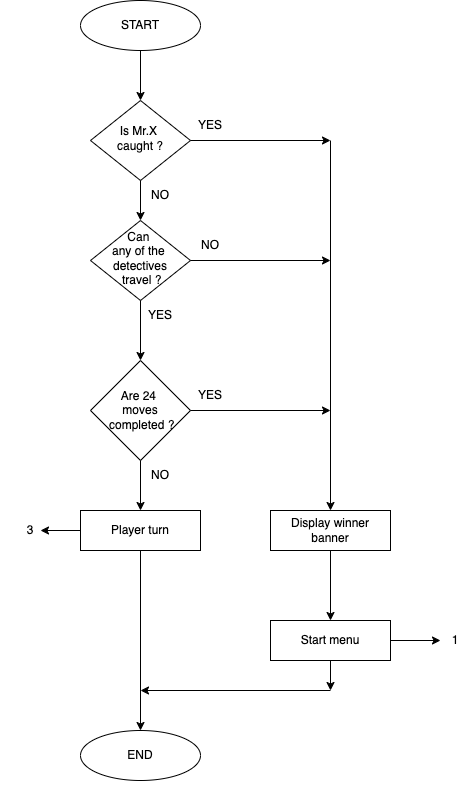
The draw.io diagram game-over.drawio.png in garimiddisuman/project, before a commit. Source tidied: cells renumbered, new cells last; positions are measured from the earlier drawing's top-left corner, leaving out a move shared by most shapes.
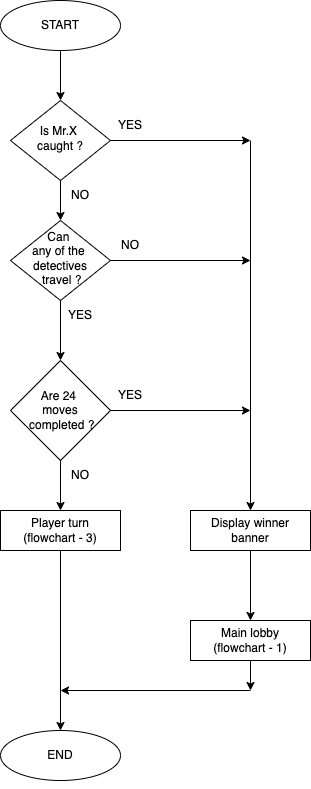
Above is the later version.

What changed in the source:
```diff
@@ -62,34 +62,17 @@
         <mxPoint x="140" y="510" as="targetPoint" />
       </mxGeometry>
     </mxCell>
-    <mxCell id="15" value="Player turn" style="rounded=0;whiteSpace=wrap;html=1;" parent="1" vertex="1">
+    <mxCell id="15" value="Player turn&lt;div&gt;(flowchart - 3)&lt;/div&gt;" style="rounded=0;whiteSpace=wrap;html=1;" parent="1" vertex="1">
       <mxGeometry x="80" y="510" width="120" height="40" as="geometry" />
     </mxCell>
-    <mxCell id="16" value="Start menu" style="rounded=0;whiteSpace=wrap;html=1;" parent="1" vertex="1">
+    <mxCell id="16" value="Main lobby&lt;div&gt;(flowchart - 1)&lt;/div&gt;" style="rounded=0;whiteSpace=wrap;html=1;" parent="1" vertex="1">
       <mxGeometry x="270" y="620" width="120" height="40" as="geometry" />
     </mxCell>
-    <mxCell id="17" style="endArrow=classic;html=1;rounded=0;" parent="1" edge="1">
-      <mxGeometry relative="1" as="geometry">
-        <mxPoint x="80" y="530" as="sourcePoint" />
-        <mxPoint x="40" y="530" as="targetPoint" />
-      </mxGeometry>
-    </mxCell>
-    <mxCell id="18" value="3" style="text;html=1;align=center;verticalAlign=middle;whiteSpace=wrap;rounded=0;" parent="1" vertex="1">
-      <mxGeometry y="515" width="60" height="30" as="geometry" />
-    </mxCell>
     <mxCell id="19" style="endArrow=classic;html=1;rounded=0;entryX=0.5;entryY=0;entryDx=0;entryDy=0;" parent="1" edge="1" target="16">
       <mxGeometry relative="1" as="geometry">
         <mxPoint x="330" y="550" as="sourcePoint" />
       </mxGeometry>
     </mxCell>
-    <mxCell id="20" style="endArrow=classic;html=1;rounded=0;" parent="1" edge="1" target="21">
-      <mxGeometry relative="1" as="geometry">
-        <mxPoint x="390" y="640" as="sourcePoint" />
-      </mxGeometry>
-    </mxCell>
-    <mxCell id="21" value="1" style="text;html=1;align=center;verticalAlign=middle;whiteSpace=wrap;rounded=0;" parent="1" vertex="1">
-      <mxGeometry x="440" y="622.5" width="30" height="35" as="geometry" />
-    </mxCell>
     <mxCell id="22" value="END" style="ellipse;whiteSpace=wrap;html=1;" parent="1" vertex="1">
       <mxGeometry x="80" y="730" width="120" height="50" as="geometry" />
     </mxCell>
```
